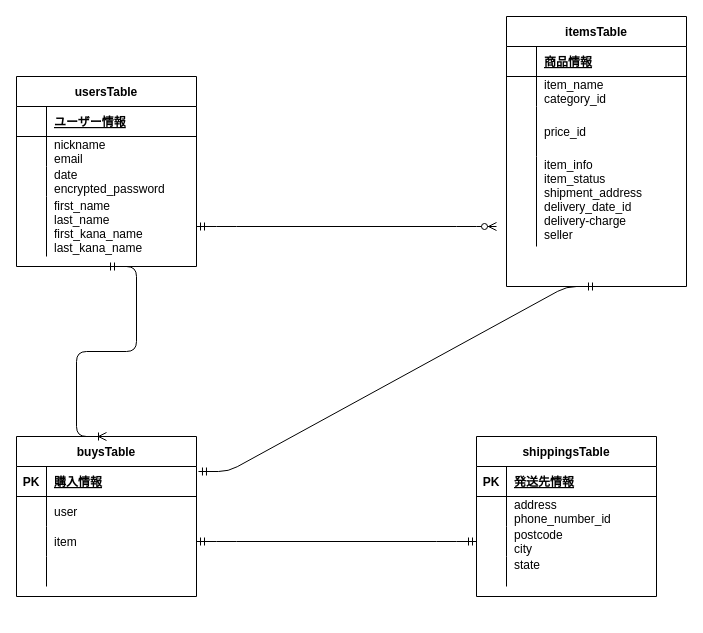
Before: test.dio in magitaka/furima-37667, a draw.io diagram. Source tidied: cells renumbered, new cells numbered last; positions are measured from the earlier drawing's top-left corner, leaving out a move shared by most shapes. Both pictures are drawn from the tidied source at 100%, with x=0, y=0 at pixel (16, 16).
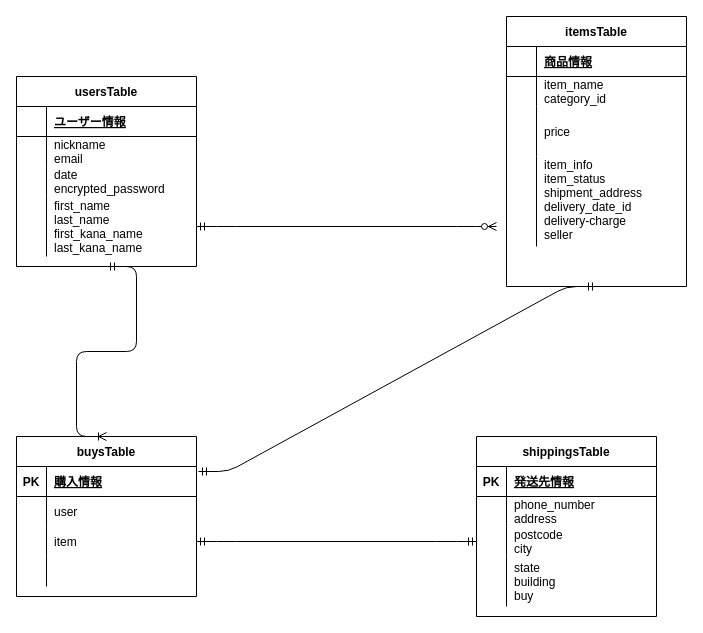
Above is the later version.

The change refers to these unchanged cells:
```xml
<mxCell id="9" style="shape=partialRectangle;fillColor=none;top=0;left=0;bottom=0;right=0;" parent="2" vertex="1">
  <mxGeometry y="90" width="180" height="50" as="geometry" />
</mxCell>
<mxCell id="45" style="shape=partialRectangle;fillColor=none;top=0;left=0;bottom=0;right=0;" parent="41" vertex="1">
  <mxGeometry y="60" width="180" height="30" as="geometry" />
</mxCell>
```

Diff of the diagram source:
```diff
@@
-    <mxCell id="11" value="price_id" style="shape=partialRectangle;fillColor=none;top=0;left=0;bottom=0;right=0;align=left;spacingLeft=6;overflow=hidden;" parent="9" vertex="1">
+    <mxCell id="11" value="price" style="shape=partialRectangle;fillColor=none;top=0;left=0;bottom=0;right=0;align=left;spacingLeft=6;overflow=hidden;" parent="9" vertex="1">
       <mxGeometry x="30" width="150" height="50" as="geometry" />
     </mxCell>
@@
     <mxCell id="41" value="shippingsTable" style="shape=table;startSize=30;childLayout=tableLayout;rowLines=0;fontStyle=1;align=center;" parent="1" vertex="1">
-      <mxGeometry x="460" y="420" width="180" height="160" as="geometry" />
+      <mxGeometry x="460" y="420" width="180" height="180" as="geometry" />
     </mxCell>
@@
-    <mxCell id="47" value="address&#10;phone_number_id" style="shape=partialRectangle;fillColor=none;top=0;left=0;bottom=0;right=0;align=left;spacingLeft=6;overflow=hidden;" parent="45" vertex="1">
+    <mxCell id="47" value="phone_number &#10;address" style="shape=partialRectangle;fillColor=none;top=0;left=0;bottom=0;right=0;align=left;spacingLeft=6;overflow=hidden;" parent="45" vertex="1">
       <mxGeometry x="30" width="150" height="30" as="geometry" />
     </mxCell>
@@
     <mxCell id="51" style="shape=partialRectangle;fillColor=none;top=0;left=0;bottom=0;right=0;" parent="41" vertex="1">
-      <mxGeometry y="120" width="180" height="30" as="geometry" />
+      <mxGeometry y="120" width="180" height="50" as="geometry" />
     </mxCell>
     <mxCell id="52" style="shape=partialRectangle;fillColor=none;top=0;left=0;bottom=0;right=0;overflow=hidden;" parent="51" vertex="1">
-      <mxGeometry width="30" height="30" as="geometry" />
+      <mxGeometry width="30" height="50" as="geometry" />
     </mxCell>
-    <mxCell id="53" value="state&#10;" style="shape=partialRectangle;fillColor=none;top=0;left=0;bottom=0;right=0;align=left;spacingLeft=6;overflow=hidden;" parent="51" vertex="1">
-      <mxGeometry x="30" width="150" height="30" as="geometry" />
+    <mxCell id="53" value="state&#10;building&#10;buy" style="shape=partialRectangle;fillColor=none;top=0;left=0;bottom=0;right=0;align=left;spacingLeft=6;overflow=hidden;" parent="51" vertex="1">
+      <mxGeometry x="30" width="150" height="50" as="geometry" />
     </mxCell>
```
